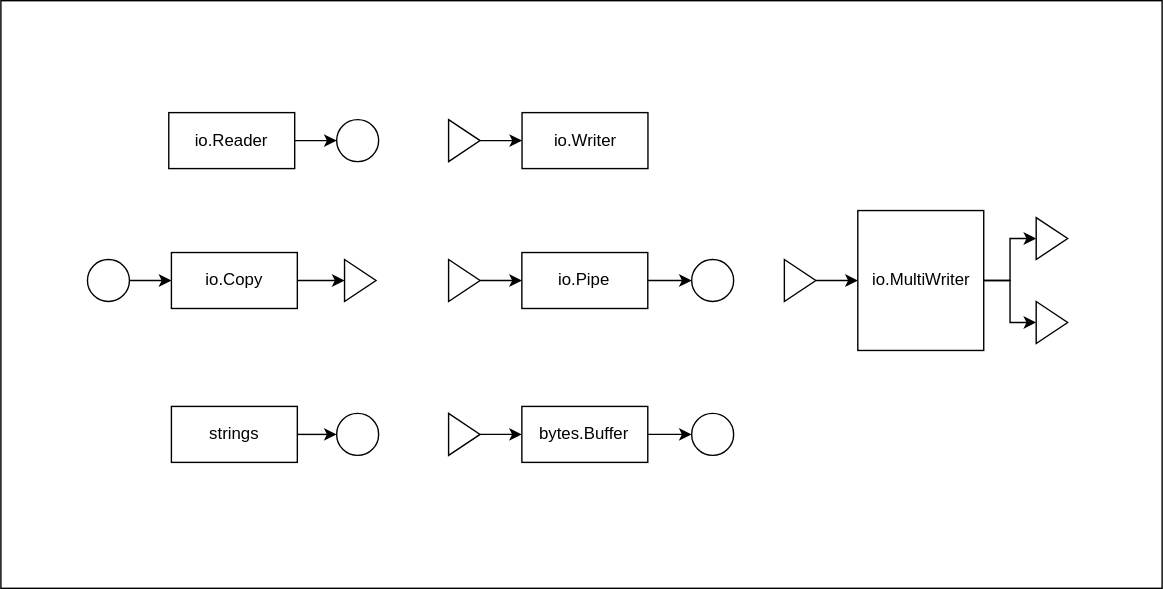
Earlier version of the draw.io export img/connector.drawio.svg (yamagame/go-basic-example). Source tidied: cells renumbered, new cells last; positions are measured from the earlier drawing's top-left corner, leaving out a move shared by most shapes.
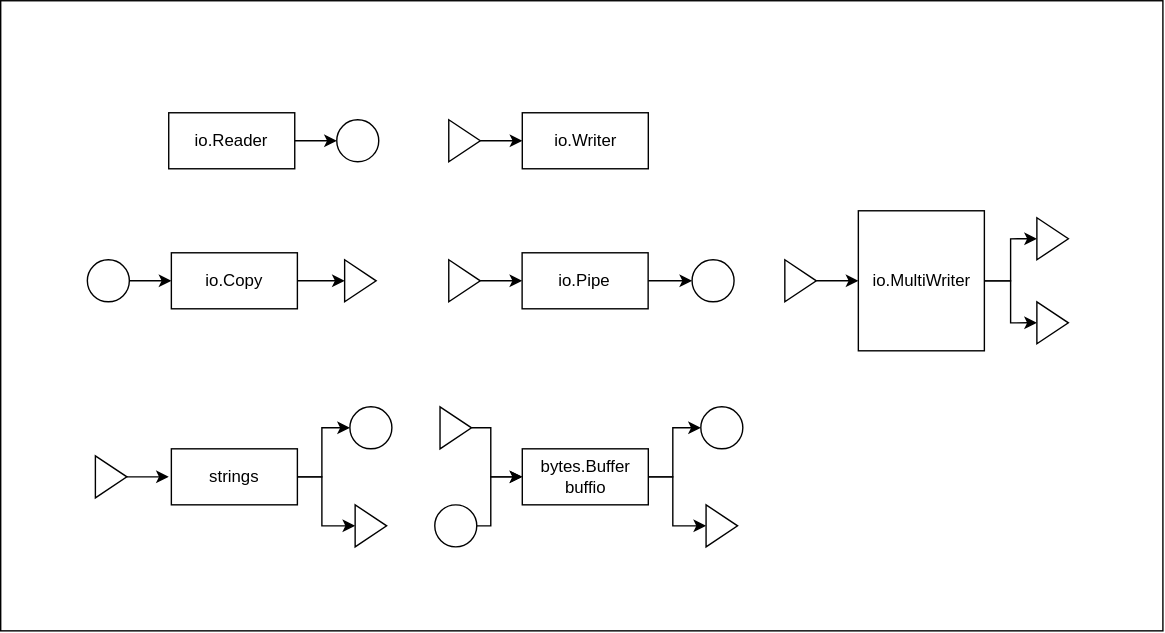
Later version of the same file.

Commit message:
モデル図を詳細化

Diff of the diagram source:
```diff
@@ -3,7 +3,7 @@
     <mxCell id="0" />
     <mxCell id="1" parent="0" />
     <mxCell id="2" style="rounded=0;whiteSpace=wrap;html=1;" parent="1" vertex="1">
-      <mxGeometry width="830" height="420" as="geometry" />
+      <mxGeometry width="830" height="450" as="geometry" />
     </mxCell>
     <mxCell id="3" style="edgeStyle=none;html=1;entryX=0;entryY=0.5;entryDx=0;entryDy=0;" parent="1" edge="1" source="4" target="5">
       <mxGeometry relative="1" as="geometry" />
@@ -74,29 +74,87 @@
     <mxCell id="25" style="triangle;whiteSpace=wrap;html=1;" parent="1" vertex="1">
       <mxGeometry x="320" y="185" width="22.5" height="30" as="geometry" />
     </mxCell>
-    <mxCell id="26" style="edgeStyle=none;html=1;entryX=0;entryY=0.5;entryDx=0;entryDy=0;" parent="1" edge="1" source="27" target="28">
-      <mxGeometry relative="1" as="geometry" />
+    <mxCell id="26" style="edgeStyle=orthogonalEdgeStyle;html=1;entryX=0;entryY=0.5;entryDx=0;entryDy=0;rounded=0;" parent="1" edge="1" source="27" target="28">
+      <mxGeometry relative="1" as="geometry">
+        <Array as="points">
+          <mxPoint x="480" y="340" />
+          <mxPoint x="480" y="305" />
+        </Array>
+      </mxGeometry>
     </mxCell>
+    <mxCell id="34" style="edgeStyle=orthogonalEdgeStyle;rounded=0;html=1;entryX=0;entryY=0.5;entryDx=0;entryDy=0;" parent="1" edge="1" source="27" target="37">
+      <mxGeometry relative="1" as="geometry">
+        <Array as="points">
+          <mxPoint x="480" y="340" />
+          <mxPoint x="480" y="375" />
+        </Array>
+      </mxGeometry>
+    </mxCell>
-    <mxCell id="27" value="bytes.Buffer" style="rounded=0;whiteSpace=wrap;html=1;" parent="1" vertex="1">
-      <mxGeometry x="372.4" y="290" width="90" height="40" as="geometry" />
+    <mxCell id="27" value="bytes.Buffer&lt;br&gt;buffio" style="rounded=0;whiteSpace=wrap;html=1;" parent="1" vertex="1">
+      <mxGeometry x="372.5" y="320" width="90" height="40" as="geometry" />
     </mxCell>
     <mxCell id="28" style="ellipse;whiteSpace=wrap;html=1;" parent="1" vertex="1">
-      <mxGeometry x="493.8" y="295" width="30" height="30" as="geometry" />
+      <mxGeometry x="500" y="290" width="30" height="30" as="geometry" />
     </mxCell>
-    <mxCell id="29" style="edgeStyle=none;html=1;" parent="1" edge="1" source="30" target="27">
-      <mxGeometry relative="1" as="geometry" />
+    <mxCell id="29" style="edgeStyle=orthogonalEdgeStyle;html=1;rounded=0;" parent="1" edge="1" source="30" target="27">
+      <mxGeometry relative="1" as="geometry">
+        <Array as="points">
+          <mxPoint x="350" y="305" />
+          <mxPoint x="350" y="340" />
+        </Array>
+      </mxGeometry>
     </mxCell>
     <mxCell id="30" style="triangle;whiteSpace=wrap;html=1;" parent="1" vertex="1">
-      <mxGeometry x="320" y="295" width="22.5" height="30" as="geometry" />
+      <mxGeometry x="313.8" y="290" width="22.5" height="30" as="geometry" />
     </mxCell>
     <mxCell id="31" value="strings" style="rounded=0;whiteSpace=wrap;html=1;" parent="1" vertex="1">
-      <mxGeometry x="121.9" y="290" width="90" height="40" as="geometry" />
+      <mxGeometry x="121.9" y="320" width="90" height="40" as="geometry" />
     </mxCell>
-    <mxCell id="32" style="edgeStyle=none;html=1;entryX=0;entryY=0.5;entryDx=0;entryDy=0;" parent="1" edge="1" source="31" target="33">
-      <mxGeometry relative="1" as="geometry" />
-    </mxCell>
-    <mxCell id="33" style="ellipse;whiteSpace=wrap;html=1;" parent="1" vertex="1">
-      <mxGeometry x="240" y="295" width="30" height="30" as="geometry" />
-    </mxCell>
+    <mxCell id="35" style="edgeStyle=orthogonalEdgeStyle;rounded=0;html=1;entryX=0;entryY=0.5;entryDx=0;entryDy=0;" parent="1" edge="1" source="36" target="27">
+      <mxGeometry relative="1" as="geometry">
+        <Array as="points">
+          <mxPoint x="350" y="375" />
+          <mxPoint x="350" y="340" />
+        </Array>
+      </mxGeometry>
+    </mxCell>
+    <mxCell id="36" style="ellipse;whiteSpace=wrap;html=1;" parent="1" vertex="1">
+      <mxGeometry x="310" y="360" width="30" height="30" as="geometry" />
+    </mxCell>
+    <mxCell id="37" style="triangle;whiteSpace=wrap;html=1;" parent="1" vertex="1">
+      <mxGeometry x="503.8" y="360" width="22.5" height="30" as="geometry" />
+    </mxCell>
+    <mxCell id="38" style="edgeStyle=orthogonalEdgeStyle;html=1;entryX=0;entryY=0.5;entryDx=0;entryDy=0;rounded=0;" parent="1" edge="1" target="40">
+      <mxGeometry relative="1" as="geometry">
+        <mxPoint x="211.9" y="340" as="sourcePoint" />
+        <Array as="points">
+          <mxPoint x="229.4" y="340" />
+          <mxPoint x="229.4" y="305" />
+        </Array>
+      </mxGeometry>
+    </mxCell>
+    <mxCell id="39" style="edgeStyle=orthogonalEdgeStyle;rounded=0;html=1;entryX=0;entryY=0.5;entryDx=0;entryDy=0;" parent="1" edge="1" target="41">
+      <mxGeometry relative="1" as="geometry">
+        <mxPoint x="211.9" y="340" as="sourcePoint" />
+        <Array as="points">
+          <mxPoint x="229.4" y="340" />
+          <mxPoint x="229.4" y="375" />
+        </Array>
+      </mxGeometry>
+    </mxCell>
+    <mxCell id="40" style="ellipse;whiteSpace=wrap;html=1;" parent="1" vertex="1">
+      <mxGeometry x="249.4" y="290" width="30" height="30" as="geometry" />
+    </mxCell>
+    <mxCell id="41" style="triangle;whiteSpace=wrap;html=1;" parent="1" vertex="1">
+      <mxGeometry x="253.1" y="360" width="22.5" height="30" as="geometry" />
+    </mxCell>
+    <mxCell id="42" style="triangle;whiteSpace=wrap;html=1;" parent="1" vertex="1">
+      <mxGeometry x="67.6" y="325" width="22.5" height="30" as="geometry" />
+    </mxCell>
+    <mxCell id="43" style="edgeStyle=none;html=1;" parent="1" edge="1" source="42">
+      <mxGeometry relative="1" as="geometry">
+        <mxPoint x="120" y="340" as="targetPoint" />
+      </mxGeometry>
+    </mxCell>
   </root>
 </mxGraphModel>
```
